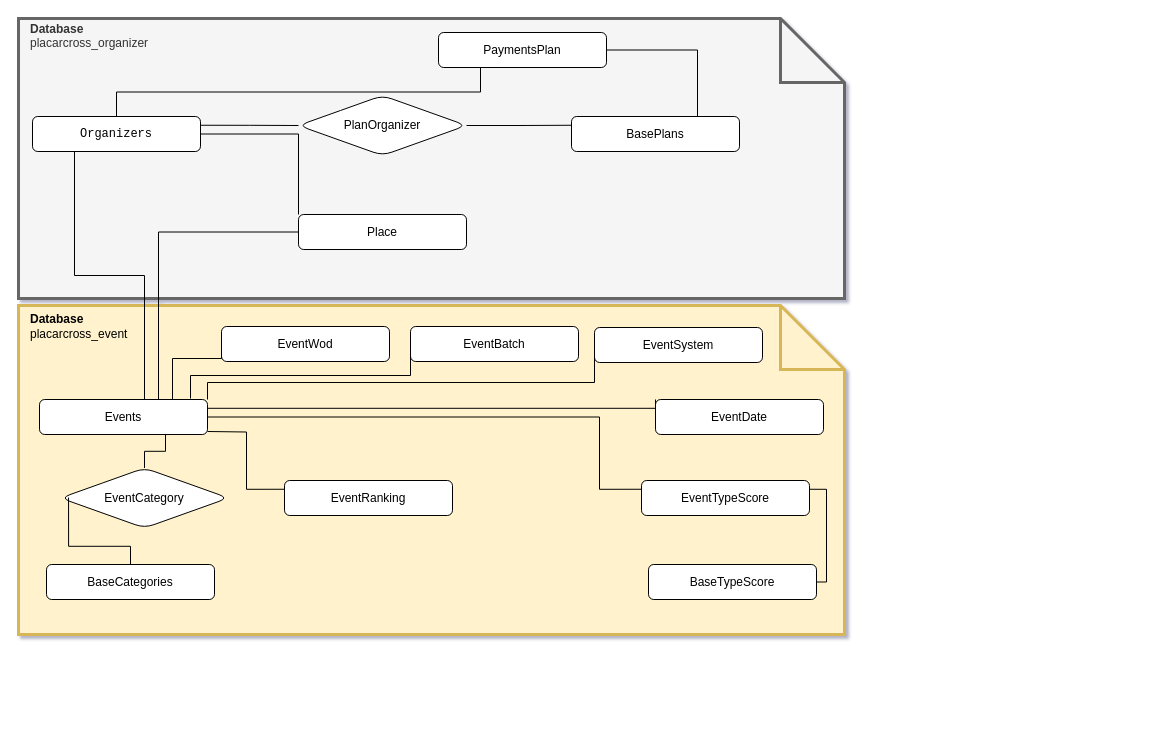
Earlier version of the draw.io diagram relacionamento.drawio (sandromaia87/crossfit). Source tidied: cells renumbered, new cells numbered last; positions are measured from the earlier drawing's top-left corner, leaving out a move shared by most shapes. Both pictures are drawn from the tidied source at 100%, with x=0, y=0 at pixel (18, 18).
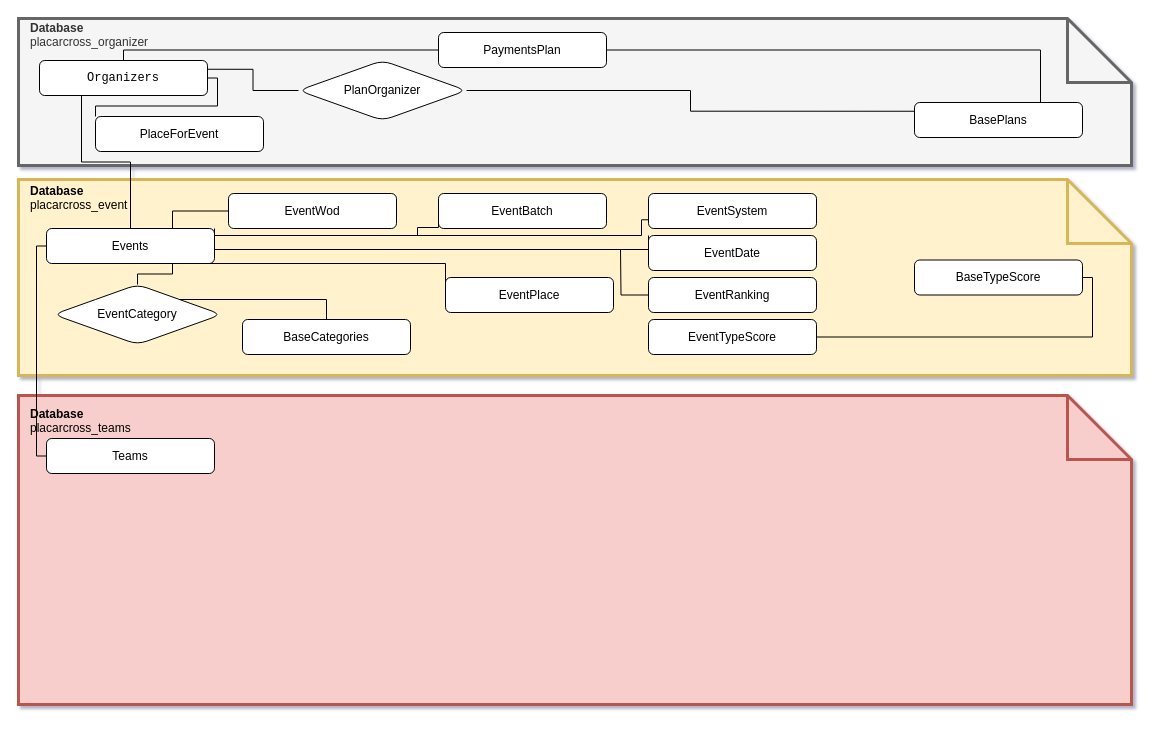
The same page after the edit.

Unchanged cells that the change refers to:
```xml
<mxCell id="12" value="&lt;div&gt;PaymentsPlan&lt;/div&gt;" style="whiteSpace=wrap;html=1;align=center;rounded=1;" parent="1" vertex="1">
  <mxGeometry x="420" y="14" width="168" height="35" as="geometry" />
</mxCell>
```

Change to the diagram source:
```diff
@@
-    <mxCell id="2" value="&lt;div&gt;&amp;nbsp;&amp;nbsp; &lt;b&gt;Database&lt;/b&gt;&lt;br&gt;&lt;/div&gt;&lt;div&gt;&amp;nbsp;&amp;nbsp; placarcross_event&lt;br&gt;&lt;/div&gt;&lt;div&gt;&lt;br&gt;&lt;/div&gt;&lt;div&gt;&lt;br&gt;&lt;/div&gt;&lt;div&gt;&lt;br&gt;&lt;/div&gt;&lt;div&gt;&lt;br&gt;&lt;/div&gt;&lt;div&gt;&lt;br&gt;&lt;/div&gt;&lt;div&gt;&lt;br&gt;&lt;/div&gt;&lt;div&gt;&lt;br&gt;&lt;/div&gt;&lt;div&gt;&lt;br&gt;&lt;/div&gt;&lt;div&gt;&lt;br&gt;&lt;/div&gt;&lt;div&gt;&lt;br&gt;&lt;/div&gt;&lt;div&gt;&lt;br&gt;&lt;/div&gt;&lt;div&gt;&lt;br&gt;&lt;/div&gt;&lt;div&gt;&lt;br&gt;&lt;/div&gt;&lt;div&gt;&lt;br&gt;&lt;/div&gt;&lt;div&gt;&lt;br&gt;&lt;/div&gt;&lt;div&gt;&lt;br&gt;&lt;/div&gt;&lt;div&gt;&lt;br&gt;&lt;/div&gt;&lt;div&gt;&lt;br&gt;&lt;/div&gt;&lt;div&gt;&lt;br&gt;&lt;/div&gt;&lt;div&gt;&lt;br&gt;&lt;/div&gt;" style="shape=note;size=64;whiteSpace=wrap;html=1;align=left;fillColor=#fff2cc;strokeColor=#d6b656;strokeWidth=3;" parent="1" vertex="1">
-      <mxGeometry y="287" width="826" height="329" as="geometry" />
+    <mxCell id="2" value="&lt;div&gt;&amp;nbsp;&amp;nbsp; &lt;b&gt;Database&lt;/b&gt;&lt;br&gt;&lt;/div&gt;&lt;div&gt;&amp;nbsp;&amp;nbsp; placarcross_event&lt;br&gt;&lt;/div&gt;&lt;div&gt;&lt;br&gt;&lt;/div&gt;&lt;div&gt;&lt;br&gt;&lt;/div&gt;&lt;div&gt;&lt;br&gt;&lt;/div&gt;&lt;div&gt;&lt;br&gt;&lt;/div&gt;&lt;div&gt;&lt;br&gt;&lt;/div&gt;&lt;div&gt;&lt;br&gt;&lt;/div&gt;&lt;div&gt;&lt;br&gt;&lt;/div&gt;&lt;div&gt;&lt;br&gt;&lt;/div&gt;&lt;div&gt;&lt;br&gt;&lt;/div&gt;&lt;div&gt;&lt;br&gt;&lt;/div&gt;&lt;div&gt;&lt;br&gt;&lt;/div&gt;" style="shape=note;size=64;whiteSpace=wrap;html=1;align=left;fillColor=#fff2cc;strokeColor=#d6b656;strokeWidth=3;" parent="1" vertex="1">
+      <mxGeometry y="161" width="1113" height="196" as="geometry" />
     </mxCell>
-    <mxCell id="3" value="&lt;div&gt;&amp;nbsp;&amp;nbsp; &lt;b&gt;Database&lt;/b&gt; &lt;br&gt;&lt;/div&gt;&lt;div&gt;&amp;nbsp;&amp;nbsp; placarcross_organizer&lt;br&gt;&lt;/div&gt;&lt;div&gt;&lt;br&gt;&lt;/div&gt;&lt;div&gt;&lt;br&gt;&lt;/div&gt;&lt;div&gt;&lt;br&gt;&lt;/div&gt;&lt;div&gt;&lt;br&gt;&lt;/div&gt;&lt;div&gt;&lt;br&gt;&lt;/div&gt;&lt;div&gt;&lt;br&gt;&lt;/div&gt;&lt;div&gt;&lt;br&gt;&lt;/div&gt;&lt;div&gt;&lt;br&gt;&lt;/div&gt;&lt;div&gt;&lt;br&gt;&lt;/div&gt;&lt;div&gt;&lt;br&gt;&lt;/div&gt;&lt;div&gt;&lt;br&gt;&lt;/div&gt;&lt;div&gt;&lt;br&gt;&lt;/div&gt;&lt;div&gt;&lt;br&gt;&lt;/div&gt;&lt;div&gt;&lt;br&gt;&lt;/div&gt;&lt;div&gt;&lt;br&gt;&lt;/div&gt;&lt;div&gt;&lt;br&gt;&lt;/div&gt;&lt;div&gt;&lt;br&gt;&lt;/div&gt;" style="shape=note;size=64;whiteSpace=wrap;html=1;align=left;fillColor=#f5f5f5;fontColor=#333333;strokeColor=#666666;gradientColor=none;strokeWidth=3;" parent="1" vertex="1">
-      <mxGeometry width="826" height="280" as="geometry" />
+    <mxCell id="3" value="&lt;div&gt;&amp;nbsp;&amp;nbsp; &lt;b&gt;Database&lt;/b&gt; &lt;br&gt;&lt;/div&gt;&lt;div&gt;&amp;nbsp;&amp;nbsp; placarcross_organizer&lt;br&gt;&lt;/div&gt;&lt;div&gt;&lt;br&gt;&lt;/div&gt;&lt;div&gt;&lt;br&gt;&lt;/div&gt;&lt;div&gt;&lt;br&gt;&lt;/div&gt;&lt;div&gt;&lt;br&gt;&lt;/div&gt;&lt;div&gt;&lt;br&gt;&lt;/div&gt;&lt;div&gt;&lt;br&gt;&lt;/div&gt;&lt;div&gt;&lt;br&gt;&lt;/div&gt;&lt;div&gt;&lt;br&gt;&lt;/div&gt;" style="shape=note;size=64;whiteSpace=wrap;html=1;align=left;fillColor=#f5f5f5;fontColor=#333333;strokeColor=#666666;gradientColor=none;strokeWidth=3;" parent="1" vertex="1">
+      <mxGeometry width="1113" height="147" as="geometry" />
     </mxCell>
     <mxCell id="4" value="&lt;pre dir=&quot;ltr&quot; style=&quot;text-align:left&quot; id=&quot;tw-target-text&quot; class=&quot;tw-data-text tw-text-large tw-ta&quot;&gt;Organizers&lt;/pre&gt;" style="whiteSpace=wrap;html=1;align=center;rounded=1;" parent="1" vertex="1">
-      <mxGeometry x="14" y="98" width="168" height="35" as="geometry" />
+      <mxGeometry x="21" y="42" width="168" height="35" as="geometry" />
     </mxCell>
     <mxCell id="5" value="Events" style="whiteSpace=wrap;html=1;align=center;rounded=1;" parent="1" vertex="1">
-      <mxGeometry x="21" y="381" width="168" height="35" as="geometry" />
+      <mxGeometry x="28" y="210" width="168" height="35" as="geometry" />
     </mxCell>
     <mxCell id="6" style="endArrow=none;html=1;rounded=0;exitX=0.5;exitY=0;exitDx=0;exitDy=0;entryX=0.25;entryY=1;entryDx=0;entryDy=0;edgeStyle=orthogonalEdgeStyle;" parent="1" edge="1" source="5" target="4">
-      <mxGeometry relative="1" as="geometry">
-        <Array as="points">
-          <mxPoint x="126" y="381" />
-          <mxPoint x="126" y="257" />
-          <mxPoint x="56" y="257" />
-        </Array>
-      </mxGeometry>
+      <mxGeometry relative="1" as="geometry" />
     </mxCell>
     <mxCell id="7" value="&lt;div&gt;BasePlans&lt;/div&gt;" style="whiteSpace=wrap;html=1;align=center;rounded=1;" parent="1" vertex="1">
-      <mxGeometry x="553" y="98" width="168" height="35" as="geometry" />
+      <mxGeometry x="896" y="84" width="168" height="35" as="geometry" />
     </mxCell>
-    <mxCell id="8" value="&lt;div&gt;Place&lt;/div&gt;" style="whiteSpace=wrap;html=1;align=center;rounded=1;" parent="1" vertex="1">
-      <mxGeometry x="280" y="196" width="168" height="35" as="geometry" />
+    <mxCell id="8" value="&lt;div&gt;PlaceForEvent&lt;/div&gt;" style="whiteSpace=wrap;html=1;align=center;rounded=1;" parent="1" vertex="1">
+      <mxGeometry x="77" y="98" width="168" height="35" as="geometry" />
     </mxCell>
@@
     <mxCell id="10" value="PlanOrganizer" style="shape=rhombus;perimeter=rhombusPerimeter;whiteSpace=wrap;html=1;align=center;rounded=1;" parent="1" vertex="1">
-      <mxGeometry x="280" y="77" width="168" height="60" as="geometry" />
+      <mxGeometry x="280" y="42" width="168" height="60" as="geometry" />
     </mxCell>
@@
-    <mxCell id="14" style="endArrow=none;html=1;rounded=0;entryX=0.25;entryY=1;entryDx=0;entryDy=0;exitX=0.5;exitY=0;exitDx=0;exitDy=0;edgeStyle=orthogonalEdgeStyle;" parent="1" edge="1" source="4" target="12">
+    <mxCell id="14" style="endArrow=none;html=1;rounded=0;entryX=0;entryY=0.5;entryDx=0;entryDy=0;exitX=0.5;exitY=0;exitDx=0;exitDy=0;edgeStyle=orthogonalEdgeStyle;" parent="1" edge="1" source="4" target="12">
       <mxGeometry relative="1" as="geometry" />
     </mxCell>
@@
-    <mxCell id="16" style="endArrow=none;html=1;rounded=0;entryX=0.75;entryY=0;entryDx=0;entryDy=0;exitX=0;exitY=0.5;exitDx=0;exitDy=0;edgeStyle=orthogonalEdgeStyle;" parent="1" edge="1" source="8" target="5">
-      <mxGeometry relative="1" as="geometry">
-        <Array as="points">
-          <mxPoint x="140" y="214" />
-          <mxPoint x="140" y="381" />
-        </Array>
-      </mxGeometry>
-    </mxCell>
     <mxCell id="17" value="BaseCategories" style="whiteSpace=wrap;html=1;align=center;rounded=1;" parent="1" vertex="1">
-      <mxGeometry x="28" y="546" width="168" height="35" as="geometry" />
+      <mxGeometry x="224" y="301" width="168" height="35" as="geometry" />
     </mxCell>
@@
     <mxCell id="19" value="EventCategory" style="shape=rhombus;perimeter=rhombusPerimeter;whiteSpace=wrap;html=1;align=center;rounded=1;" parent="1" vertex="1">
-      <mxGeometry x="42" y="449.5" width="168" height="60" as="geometry" />
+      <mxGeometry x="35" y="266" width="168" height="60" as="geometry" />
     </mxCell>
-    <mxCell id="20" style="endArrow=none;html=1;rounded=0;entryX=0.5;entryY=0;entryDx=0;entryDy=0;exitX=0.048;exitY=0.492;exitDx=0;exitDy=0;edgeStyle=orthogonalEdgeStyle;exitPerimeter=0;" parent="1" edge="1" source="19" target="17">
+    <mxCell id="20" style="endArrow=none;html=1;rounded=0;entryX=0.5;entryY=0;entryDx=0;entryDy=0;exitX=1;exitY=0;exitDx=0;exitDy=0;edgeStyle=orthogonalEdgeStyle;" parent="1" edge="1" source="19" target="17">
       <mxGeometry relative="1" as="geometry" />
     </mxCell>
     <mxCell id="21" value="EventWod" style="whiteSpace=wrap;html=1;align=center;rounded=1;" parent="1" vertex="1">
-      <mxGeometry x="203" y="308" width="168" height="35" as="geometry" />
+      <mxGeometry x="210" y="175" width="168" height="35" as="geometry" />
     </mxCell>
     <mxCell id="22" style="endArrow=none;html=1;rounded=0;entryX=0.75;entryY=0;entryDx=0;entryDy=0;exitX=0;exitY=0.5;exitDx=0;exitDy=0;edgeStyle=orthogonalEdgeStyle;" parent="1" edge="1" source="21" target="5">
-      <mxGeometry relative="1" as="geometry">
-        <Array as="points">
-          <mxPoint x="154" y="340" />
-          <mxPoint x="154" y="381" />
-        </Array>
-      </mxGeometry>
+      <mxGeometry relative="1" as="geometry" />
     </mxCell>
     <mxCell id="23" value="EventBatch" style="whiteSpace=wrap;html=1;align=center;rounded=1;" parent="1" vertex="1">
-      <mxGeometry x="392" y="308" width="168" height="35" as="geometry" />
+      <mxGeometry x="420" y="175" width="168" height="35" as="geometry" />
     </mxCell>
-    <mxCell id="24" style="endArrow=none;html=1;rounded=0;entryX=0.899;entryY=-0.029;entryDx=0;entryDy=0;exitX=0;exitY=0.75;exitDx=0;exitDy=0;edgeStyle=orthogonalEdgeStyle;entryPerimeter=0;" parent="1" edge="1" source="23" target="5">
+    <mxCell id="24" style="endArrow=none;html=1;rounded=0;exitX=0;exitY=0.75;exitDx=0;exitDy=0;edgeStyle=orthogonalEdgeStyle;" parent="1" edge="1" source="23">
       <mxGeometry relative="1" as="geometry">
+        <mxPoint x="399" y="217" as="targetPoint" />
         <Array as="points">
-          <mxPoint x="392" y="357" />
-          <mxPoint x="172" y="357" />
+          <mxPoint x="420" y="209" />
         </Array>
       </mxGeometry>
     </mxCell>
     <mxCell id="25" value="EventSystem" style="whiteSpace=wrap;html=1;align=center;rounded=1;" parent="1" vertex="1">
-      <mxGeometry x="576" y="309" width="168" height="35" as="geometry" />
+      <mxGeometry x="630" y="175" width="168" height="35" as="geometry" />
     </mxCell>
     <mxCell id="26" style="endArrow=none;html=1;rounded=0;entryX=1;entryY=0;entryDx=0;entryDy=0;exitX=0;exitY=0.75;exitDx=0;exitDy=0;edgeStyle=orthogonalEdgeStyle;" parent="1" edge="1" source="25" target="5">
       <mxGeometry relative="1" as="geometry">
         <Array as="points">
-          <mxPoint x="576" y="364" />
-          <mxPoint x="189" y="364" />
+          <mxPoint x="623" y="217" />
+          <mxPoint x="196" y="217" />
         </Array>
       </mxGeometry>
     </mxCell>
     <mxCell id="27" value="EventDate" style="whiteSpace=wrap;html=1;align=center;rounded=1;" parent="1" vertex="1">
-      <mxGeometry x="637" y="381" width="168" height="35" as="geometry" />
+      <mxGeometry x="630" y="217" width="168" height="35" as="geometry" />
     </mxCell>
-    <mxCell id="28" style="endArrow=none;html=1;rounded=0;exitX=0;exitY=0;exitDx=0;exitDy=0;edgeStyle=orthogonalEdgeStyle;entryX=1;entryY=0.25;entryDx=0;entryDy=0;" parent="1" edge="1" source="27">
+    <mxCell id="28" style="endArrow=none;html=1;rounded=0;exitX=0;exitY=0;exitDx=0;exitDy=0;edgeStyle=orthogonalEdgeStyle;" parent="1" edge="1" source="27">
       <mxGeometry relative="1" as="geometry">
-        <mxPoint x="189" y="389.8" as="targetPoint" />
+        <mxPoint x="196" y="231" as="targetPoint" />
         <Array as="points">
-          <mxPoint x="637" y="390" />
+          <mxPoint x="630" y="231" />
         </Array>
       </mxGeometry>
     </mxCell>
     <mxCell id="29" value="EventRanking" style="whiteSpace=wrap;html=1;align=center;rounded=1;" parent="1" vertex="1">
-      <mxGeometry x="266" y="462" width="168" height="35" as="geometry" />
+      <mxGeometry x="630" y="259" width="168" height="35" as="geometry" />
     </mxCell>
-    <mxCell id="30" style="endArrow=none;html=1;rounded=0;entryX=0;entryY=0.25;entryDx=0;entryDy=0;edgeStyle=orthogonalEdgeStyle;" parent="1" edge="1" target="29">
-      <mxGeometry relative="1" as="geometry">
-        <mxPoint x="189" y="413" as="sourcePoint" />
-      </mxGeometry>
-    </mxCell>
     <mxCell id="31" value="BaseTypeScore" style="whiteSpace=wrap;html=1;align=center;rounded=1;" parent="1" vertex="1">
-      <mxGeometry x="630" y="546" width="168" height="35" as="geometry" />
+      <mxGeometry x="896" y="241.5" width="168" height="35" as="geometry" />
     </mxCell>
     <mxCell id="32" value="EventTypeScore" style="whiteSpace=wrap;html=1;align=center;rounded=1;" parent="1" vertex="1">
-      <mxGeometry x="623" y="462" width="168" height="35" as="geometry" />
+      <mxGeometry x="630" y="301" width="168" height="35" as="geometry" />
     </mxCell>
-    <mxCell id="33" style="endArrow=none;html=1;rounded=0;entryX=0;entryY=0.25;entryDx=0;entryDy=0;edgeStyle=orthogonalEdgeStyle;exitX=1;exitY=0.5;exitDx=0;exitDy=0;" parent="1" edge="1" source="5" target="32">
-      <mxGeometry relative="1" as="geometry">
-        <Array as="points">
-          <mxPoint x="581" y="399" />
-          <mxPoint x="581" y="471" />
-        </Array>
-      </mxGeometry>
-    </mxCell>
-    <mxCell id="34" style="endArrow=none;html=1;rounded=0;entryX=1;entryY=0.5;entryDx=0;entryDy=0;edgeStyle=orthogonalEdgeStyle;exitX=1;exitY=0.25;exitDx=0;exitDy=0;" parent="1" edge="1" source="32" target="31">
+    <mxCell id="34" style="endArrow=none;html=1;rounded=0;entryX=1;entryY=0.5;entryDx=0;entryDy=0;edgeStyle=orthogonalEdgeStyle;exitX=1;exitY=0.5;exitDx=0;exitDy=0;" parent="1" edge="1" source="32" target="31">
       <mxGeometry relative="1" as="geometry" />
     </mxCell>
+    <mxCell id="35" value="&lt;div&gt;EventPlace&lt;/div&gt;" style="whiteSpace=wrap;html=1;align=center;rounded=1;" parent="1" vertex="1">
+      <mxGeometry x="427" y="259" width="168" height="35" as="geometry" />
+    </mxCell>
+    <mxCell id="36" style="endArrow=none;html=1;rounded=0;entryX=0;entryY=0.5;entryDx=0;entryDy=0;edgeStyle=orthogonalEdgeStyle;exitX=0.869;exitY=1;exitDx=0;exitDy=0;exitPerimeter=0;" parent="1" edge="1" source="5" target="35">
+      <mxGeometry relative="1" as="geometry">
+        <Array as="points">
+          <mxPoint x="427" y="245" />
+        </Array>
+      </mxGeometry>
+    </mxCell>
+    <mxCell id="37" style="edgeStyle=orthogonalEdgeStyle;rounded=0;orthogonalLoop=1;jettySize=auto;html=1;exitX=0.5;exitY=1;exitDx=0;exitDy=0;" parent="1" edge="1" source="8" target="8">
+      <mxGeometry relative="1" as="geometry" />
+    </mxCell>
+    <mxCell id="38" style="endArrow=none;html=1;rounded=0;edgeStyle=orthogonalEdgeStyle;exitX=0;exitY=0.5;exitDx=0;exitDy=0;" parent="1" edge="1" source="29">
+      <mxGeometry relative="1" as="geometry">
+        <mxPoint x="602" y="231" as="targetPoint" />
+      </mxGeometry>
+    </mxCell>
+    <mxCell id="39" value="&lt;div&gt;&amp;nbsp;&amp;nbsp; &lt;b&gt;Database&lt;/b&gt;&lt;br&gt;&lt;/div&gt;&lt;div&gt;&amp;nbsp;&amp;nbsp; placarcross_teams&lt;br&gt;&lt;/div&gt;&lt;div&gt;&lt;br&gt;&lt;/div&gt;&lt;div&gt;&lt;br&gt;&lt;/div&gt;&lt;div&gt;&lt;br&gt;&lt;/div&gt;&lt;div&gt;&lt;br&gt;&lt;/div&gt;&lt;div&gt;&lt;br&gt;&lt;/div&gt;&lt;div&gt;&lt;br&gt;&lt;/div&gt;&lt;div&gt;&lt;br&gt;&lt;/div&gt;&lt;div&gt;&lt;br&gt;&lt;/div&gt;&lt;div&gt;&lt;br&gt;&lt;/div&gt;&lt;div&gt;&lt;br&gt;&lt;/div&gt;&lt;div&gt;&lt;br&gt;&lt;/div&gt;&lt;div&gt;&lt;br&gt;&lt;/div&gt;&lt;div&gt;&lt;br&gt;&lt;/div&gt;&lt;div&gt;&lt;br&gt;&lt;/div&gt;&lt;div&gt;&lt;br&gt;&lt;/div&gt;&lt;div&gt;&lt;br&gt;&lt;/div&gt;&lt;div&gt;&lt;br&gt;&lt;/div&gt;&lt;div&gt;&lt;br&gt;&lt;/div&gt;" style="shape=note;size=64;whiteSpace=wrap;html=1;align=left;fillColor=#f8cecc;strokeColor=#b85450;strokeWidth=3;" parent="1" vertex="1">
+      <mxGeometry y="377" width="1113" height="309" as="geometry" />
+    </mxCell>
+    <mxCell id="40" value="Teams" style="whiteSpace=wrap;html=1;align=center;rounded=1;" parent="1" vertex="1">
+      <mxGeometry x="28" y="420" width="168" height="35" as="geometry" />
+    </mxCell>
+    <mxCell id="41" style="endArrow=none;html=1;rounded=0;entryX=0;entryY=0.5;entryDx=0;entryDy=0;exitX=0;exitY=0.5;exitDx=0;exitDy=0;edgeStyle=orthogonalEdgeStyle;" parent="1" edge="1" source="40" target="5">
+      <mxGeometry relative="1" as="geometry" />
+    </mxCell>
```
